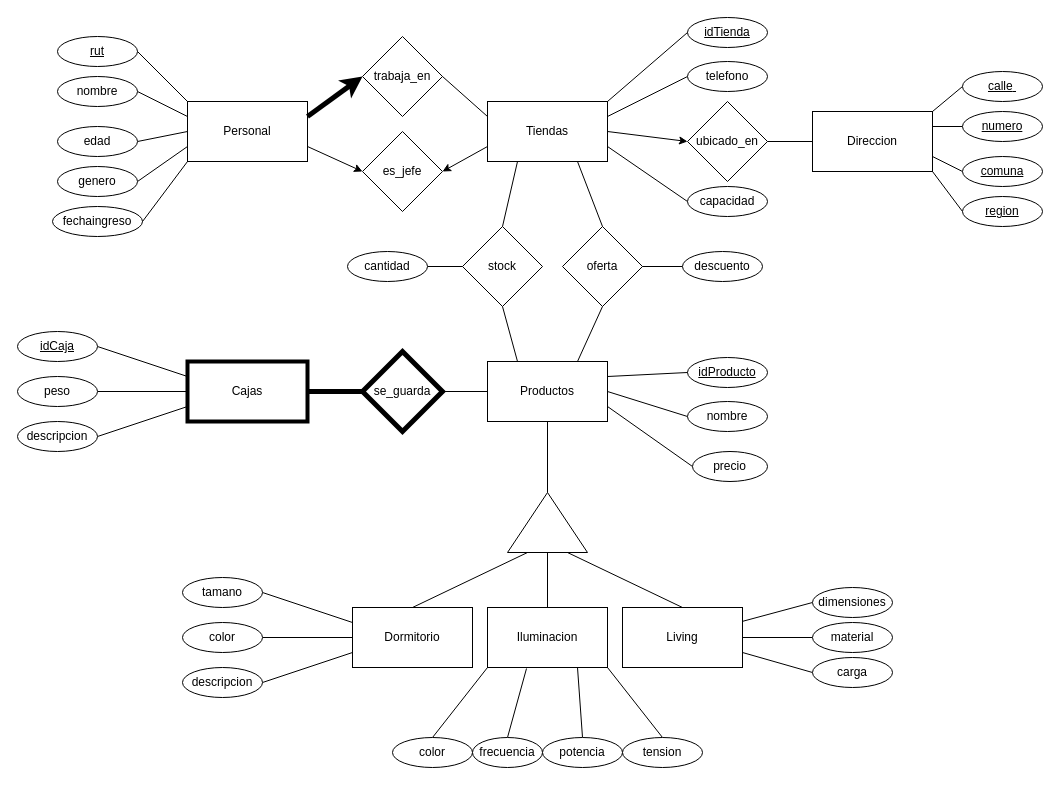
Earlier version of the draw.io diagram Diagrama sin título.drawio (hperaltav/tareasmia). Source tidied: cells renumbered, new cells numbered last; positions are measured from the earlier drawing's top-left corner, leaving out a move shared by most shapes. Both pictures are drawn from the tidied source at 100%, with x=0, y=0 at pixel (17, 17).
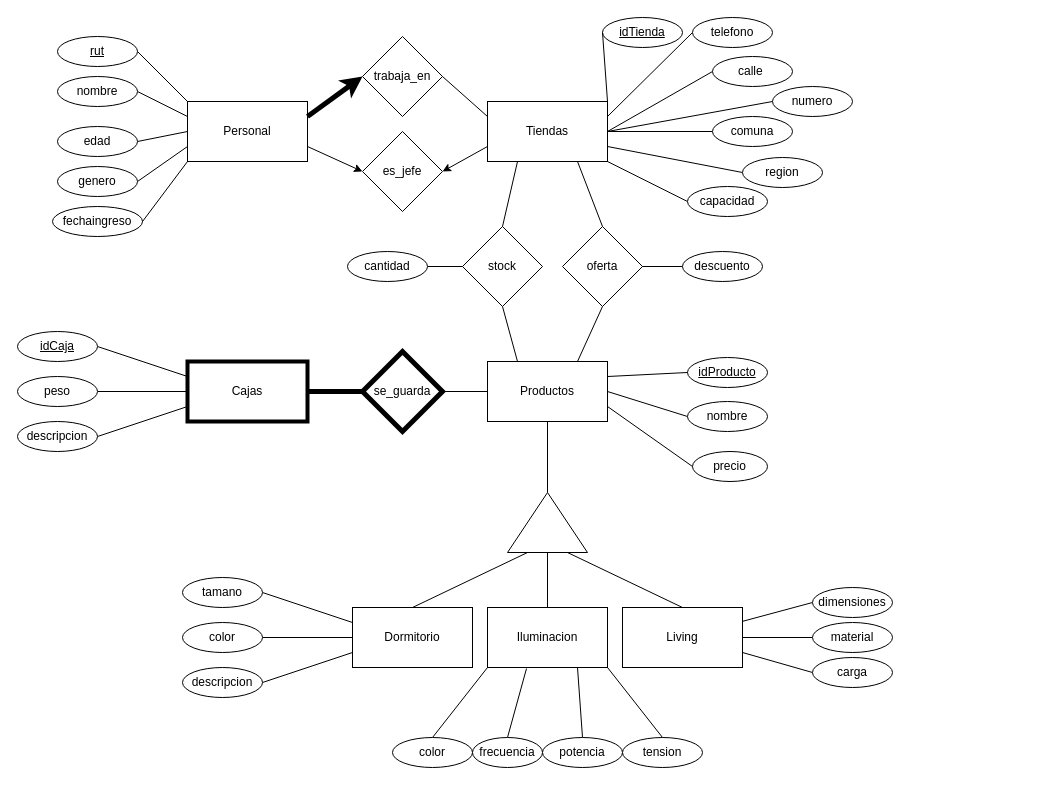
Above is the later version.

The change refers to these unchanged cells:
```xml
<mxCell id="7" value="Tiendas" style="rounded=0;whiteSpace=wrap;html=1;" parent="1" vertex="1">
  <mxGeometry x="470" y="84" width="120" height="60" as="geometry" />
</mxCell>
<mxCell id="24" value="capacidad" style="ellipse;whiteSpace=wrap;html=1;" parent="1" vertex="1">
  <mxGeometry x="670" y="169" width="80" height="30" as="geometry" />
</mxCell>
```

What changed in the source:
```diff
@@
     <mxCell id="19" value="idTienda" style="ellipse;whiteSpace=wrap;html=1;fontStyle=4;" parent="1" vertex="1">
-      <mxGeometry x="670" width="80" height="30" as="geometry" />
+      <mxGeometry x="585" width="80" height="30" as="geometry" />
     </mxCell>
@@
-    <mxCell id="21" style="endArrow=none;html=1;rounded=0;exitX=1;exitY=0.75;exitDx=0;exitDy=0;entryX=0;entryY=0.5;entryDx=0;entryDy=0;" parent="1" edge="1" source="7" target="24">
+    <mxCell id="21" style="endArrow=none;html=1;rounded=0;exitX=1;exitY=1;exitDx=0;exitDy=0;entryX=0;entryY=0.5;entryDx=0;entryDy=0;" parent="1" edge="1" source="7" target="24">
       <mxGeometry relative="1" as="geometry" />
     </mxCell>
@@
     <mxCell id="23" value="telefono" style="ellipse;whiteSpace=wrap;html=1;" parent="1" vertex="1">
-      <mxGeometry x="670" y="44" width="80" height="30" as="geometry" />
+      <mxGeometry x="675" width="80" height="30" as="geometry" />
     </mxCell>
@@
-    <mxCell id="25" value="ubicado_en" style="rhombus;whiteSpace=wrap;html=1;" parent="1" vertex="1">
-      <mxGeometry x="670" y="84" width="80" height="80" as="geometry" />
-    </mxCell>
-    <mxCell id="26" value="Direccion" style="rounded=0;whiteSpace=wrap;html=1;" parent="1" vertex="1">
-      <mxGeometry x="795" y="94" width="120" height="60" as="geometry" />
-    </mxCell>
-    <mxCell id="27" style="endArrow=none;html=1;rounded=0;entryX=0;entryY=0.5;entryDx=0;entryDy=0;exitX=1;exitY=0.5;exitDx=0;exitDy=0;" parent="1" edge="1" source="25" target="26">
-      <mxGeometry relative="1" as="geometry" />
-    </mxCell>
-    <mxCell id="28" style="endArrow=none;html=1;rounded=0;entryX=0;entryY=0.5;entryDx=0;entryDy=0;exitX=1;exitY=0;exitDx=0;exitDy=0;" parent="1" edge="1" source="26" target="29">
+    <mxCell id="28" style="endArrow=none;html=1;rounded=0;entryX=0;entryY=0.5;entryDx=0;entryDy=0;exitX=1;exitY=0.5;exitDx=0;exitDy=0;" parent="1" edge="1" source="7" target="29">
       <mxGeometry relative="1" as="geometry" />
     </mxCell>
-    <mxCell id="29" value="calle&lt;span style=&quot;white-space: pre;&quot;&gt; &lt;/span&gt;" style="ellipse;whiteSpace=wrap;html=1;fontStyle=4;" parent="1" vertex="1">
-      <mxGeometry x="945" y="54" width="80" height="30" as="geometry" />
+    <mxCell id="29" value="calle&lt;span style=&quot;white-space: pre;&quot;&gt; &lt;/span&gt;" style="ellipse;whiteSpace=wrap;html=1;fontStyle=0;" parent="1" vertex="1">
+      <mxGeometry x="695" y="39" width="80" height="30" as="geometry" />
     </mxCell>
-    <mxCell id="30" style="endArrow=none;html=1;rounded=0;entryX=0;entryY=0.5;entryDx=0;entryDy=0;exitX=1;exitY=1;exitDx=0;exitDy=0;" parent="1" edge="1" source="26" target="31">
+    <mxCell id="30" style="endArrow=none;html=1;rounded=0;entryX=0;entryY=0.5;entryDx=0;entryDy=0;exitX=1;exitY=0.75;exitDx=0;exitDy=0;" parent="1" edge="1" source="7" target="31">
       <mxGeometry relative="1" as="geometry" />
     </mxCell>
-    <mxCell id="31" value="region" style="ellipse;whiteSpace=wrap;html=1;fontStyle=4;" parent="1" vertex="1">
-      <mxGeometry x="945" y="179" width="80" height="30" as="geometry" />
+    <mxCell id="31" value="region" style="ellipse;whiteSpace=wrap;html=1;fontStyle=0;" parent="1" vertex="1">
+      <mxGeometry x="725" y="140" width="80" height="30" as="geometry" />
     </mxCell>
-    <mxCell id="32" style="endArrow=none;html=1;rounded=0;entryX=0;entryY=0.5;entryDx=0;entryDy=0;exitX=1;exitY=0.75;exitDx=0;exitDy=0;" parent="1" edge="1" source="26" target="33">
+    <mxCell id="32" style="endArrow=none;html=1;rounded=0;entryX=0;entryY=0.5;entryDx=0;entryDy=0;exitX=1;exitY=0.5;exitDx=0;exitDy=0;" parent="1" edge="1" source="7" target="33">
       <mxGeometry relative="1" as="geometry" />
     </mxCell>
-    <mxCell id="33" value="comuna" style="ellipse;whiteSpace=wrap;html=1;fontStyle=4;" parent="1" vertex="1">
-      <mxGeometry x="945" y="139" width="80" height="30" as="geometry" />
+    <mxCell id="33" value="comuna" style="ellipse;whiteSpace=wrap;html=1;fontStyle=0;" parent="1" vertex="1">
+      <mxGeometry x="695" y="99" width="80" height="30" as="geometry" />
     </mxCell>
-    <mxCell id="34" style="endArrow=none;html=1;rounded=0;entryX=0;entryY=0.5;entryDx=0;entryDy=0;exitX=1;exitY=0.25;exitDx=0;exitDy=0;" parent="1" edge="1" source="26" target="35">
+    <mxCell id="34" style="endArrow=none;html=1;rounded=0;entryX=0;entryY=0.5;entryDx=0;entryDy=0;exitX=1;exitY=0.5;exitDx=0;exitDy=0;" parent="1" edge="1" source="7" target="35">
       <mxGeometry relative="1" as="geometry" />
     </mxCell>
-    <mxCell id="35" value="numero" style="ellipse;whiteSpace=wrap;html=1;fontStyle=4;" parent="1" vertex="1">
-      <mxGeometry x="945" y="94" width="80" height="30" as="geometry" />
+    <mxCell id="35" value="numero" style="ellipse;whiteSpace=wrap;html=1;fontStyle=0;" parent="1" vertex="1">
+      <mxGeometry x="755" y="69" width="80" height="30" as="geometry" />
     </mxCell>
@@
-    <mxCell id="91" style="endArrow=classic;html=1;rounded=0;exitX=1;exitY=0.5;exitDx=0;exitDy=0;entryX=0;entryY=0.5;entryDx=0;entryDy=0;" parent="1" edge="1" source="7" target="25">
-      <mxGeometry relative="1" as="geometry" />
-    </mxCell>
```
